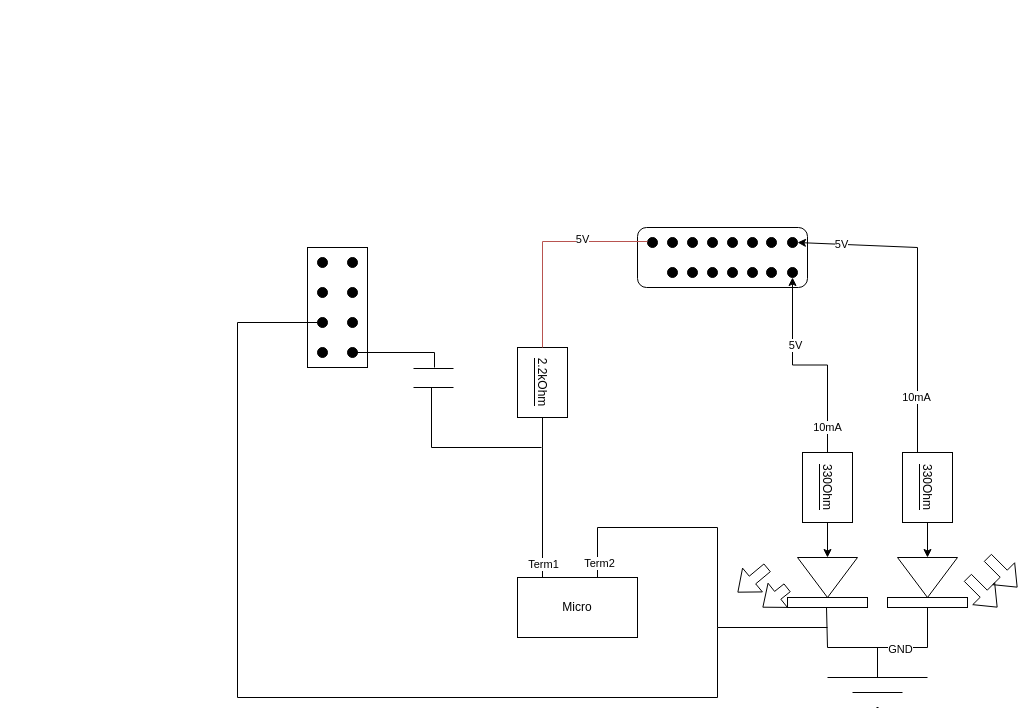
The draw.io diagram Diagramme sans nom.drawio in Augub57/Augub57, before the edit. Source tidied: cells renumbered, new cells numbered last; positions are measured from the earlier drawing's top-left corner, leaving out a move shared by most shapes. Both pictures are drawn from the tidied source at 100%, with x=0, y=0 at pixel (237, 227).
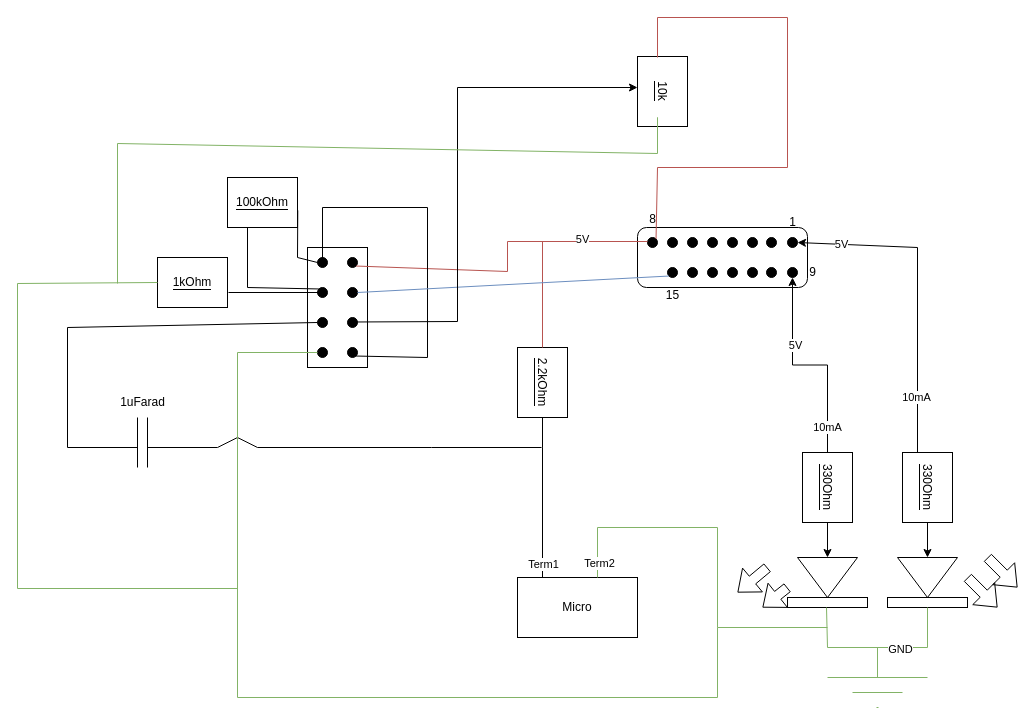
After the change.

The change refers to these unchanged cells:
```xml
<mxCell id="3" style="ellipse;whiteSpace=wrap;html=1;fillColor=#000000;strokeColor=#000000;" parent="1" vertex="1">
  <mxGeometry x="410" y="10" width="10" height="10" as="geometry" />
</mxCell>
<mxCell id="17" style="ellipse;whiteSpace=wrap;html=1;fillColor=#000000;strokeColor=#000000;" parent="1" vertex="1">
  <mxGeometry x="430" y="40" width="10" height="10" as="geometry" />
</mxCell>
<mxCell id="24" style="rounded=0;whiteSpace=wrap;html=1;labelBackgroundColor=#FFFFFF;" parent="1" vertex="1">
  <mxGeometry x="650" y="370" width="80" height="10" as="geometry" />
</mxCell>
<mxCell id="53" style="ellipse;whiteSpace=wrap;html=1;fillColor=#000000;strokeColor=#000000;" parent="1" vertex="1">
  <mxGeometry x="80" y="30" width="10" height="10" as="geometry" />
</mxCell>
<mxCell id="54" style="ellipse;whiteSpace=wrap;html=1;fillColor=#000000;strokeColor=#000000;" parent="1" vertex="1">
  <mxGeometry x="80" y="60" width="10" height="10" as="geometry" />
</mxCell>
<mxCell id="55" style="ellipse;whiteSpace=wrap;html=1;fillColor=#000000;strokeColor=#000000;" parent="1" vertex="1">
  <mxGeometry x="80" y="90" width="10" height="10" as="geometry" />
</mxCell>
<mxCell id="56" style="ellipse;whiteSpace=wrap;html=1;fillColor=#000000;strokeColor=#000000;" parent="1" vertex="1">
  <mxGeometry x="80" y="120" width="10" height="10" as="geometry" />
</mxCell>
<mxCell id="57" style="ellipse;whiteSpace=wrap;html=1;fillColor=#000000;strokeColor=#000000;" parent="1" vertex="1">
  <mxGeometry x="110" y="30" width="10" height="10" as="geometry" />
</mxCell>
<mxCell id="58" style="ellipse;whiteSpace=wrap;html=1;fillColor=#000000;strokeColor=#000000;" parent="1" vertex="1">
  <mxGeometry x="110" y="60" width="10" height="10" as="geometry" />
</mxCell>
<mxCell id="60" style="ellipse;whiteSpace=wrap;html=1;fillColor=#000000;strokeColor=#000000;" parent="1" vertex="1">
  <mxGeometry x="110" y="120" width="10" height="10" as="geometry" />
</mxCell>
```

Diff of the diagram source:
```diff
@@
-    <mxCell id="36" style="shape=mxgraph.arrows2.wedgeArrowDashed2;html=1;startWidth=50;stepSize=15;rounded=0;fontColor=#000000;startArrow=classic;startFill=1;" parent="1" edge="1">
+    <mxCell id="36" style="shape=mxgraph.arrows2.wedgeArrowDashed2;html=1;startWidth=50;stepSize=15;rounded=0;fontColor=#000000;startArrow=classic;startFill=1;fillColor=#d5e8d4;strokeColor=#82b366;" parent="1" edge="1">
       <mxGeometry relative="1" as="geometry">
         <mxPoint x="640" y="450" as="sourcePoint" />
         <mxPoint x="640" y="480" as="targetPoint" />
       </mxGeometry>
     </mxCell>
-    <mxCell id="37" style="endArrow=none;html=1;rounded=0;fontColor=#000000;exitX=0.5;exitY=1;exitDx=0;exitDy=0;" parent="1" edge="1" source="24">
+    <mxCell id="37" style="endArrow=none;html=1;rounded=0;fontColor=#000000;exitX=0.5;exitY=1;exitDx=0;exitDy=0;fillColor=#d5e8d4;strokeColor=#82b366;" parent="1" edge="1" source="24">
       <mxGeometry relative="1" as="geometry">
         <mxPoint x="589" y="380" as="targetPoint" />
         <Array as="points">
           <mxPoint x="690" y="420" />
           <mxPoint x="590" y="420" />
         </Array>
       </mxGeometry>
     </mxCell>
@@
-    <mxCell id="39" style="endArrow=none;html=1;rounded=0;fontColor=#000000;" parent="1" edge="1">
+    <mxCell id="39" style="endArrow=none;html=1;rounded=0;fontColor=#000000;fillColor=#d5e8d4;strokeColor=#82b366;" parent="1" edge="1">
       <mxGeometry relative="1" as="geometry">
         <mxPoint x="640" y="450" as="sourcePoint" />
         <mxPoint x="640" y="420" as="targetPoint" />
       </mxGeometry>
     </mxCell>
@@
-    <mxCell id="41" style="endArrow=none;html=1;rounded=0;fontColor=#000000;" parent="1" edge="1">
+    <mxCell id="41" style="endArrow=none;html=1;rounded=0;fontColor=#000000;fillColor=#d5e8d4;strokeColor=#82b366;" parent="1" edge="1">
       <mxGeometry relative="1" as="geometry">
         <mxPoint x="360" y="350" as="sourcePoint" />
         <mxPoint x="590" y="400" as="targetPoint" />
         <Array as="points">
           <mxPoint x="360" y="300" />
           <mxPoint x="480" y="300" />
           <mxPoint x="480" y="400" />
         </Array>
       </mxGeometry>
     </mxCell>
@@
     <mxCell id="46" style="endArrow=none;html=1;rounded=0;fontColor=#000000;" parent="1" edge="1">
       <mxGeometry relative="1" as="geometry">
         <mxPoint x="194" y="220" as="sourcePoint" />
-        <mxPoint x="194" y="160" as="targetPoint" />
+        <mxPoint x="-90" y="220" as="targetPoint" />
+        <Array as="points">
+          <mxPoint x="20" y="220" />
+          <mxPoint y="210" />
+          <mxPoint x="-20" y="220" />
+        </Array>
       </mxGeometry>
     </mxCell>
-    <mxCell id="47" style="endArrow=none;html=1;rounded=0;fontColor=#000000;" parent="1" edge="1">
-      <mxGeometry relative="1" as="geometry">
-        <mxPoint x="176" y="160" as="sourcePoint" />
-        <mxPoint x="216" y="160" as="targetPoint" />
-      </mxGeometry>
-    </mxCell>
-    <mxCell id="48" style="endArrow=none;html=1;rounded=0;fontColor=#000000;" parent="1" edge="1">
-      <mxGeometry relative="1" as="geometry">
-        <mxPoint x="176" y="141" as="sourcePoint" />
-        <mxPoint x="216" y="141" as="targetPoint" />
-      </mxGeometry>
-    </mxCell>
@@
-    <mxCell id="61" style="endArrow=none;html=1;rounded=0;fontColor=#000000;" parent="1" edge="1">
-      <mxGeometry relative="1" as="geometry">
-        <mxPoint x="197" y="140" as="sourcePoint" />
-        <mxPoint x="115" y="125" as="targetPoint" />
-        <Array as="points">
-          <mxPoint x="197" y="125" />
-        </Array>
-      </mxGeometry>
-    </mxCell>
-    <mxCell id="62" style="endArrow=none;html=1;rounded=0;fontColor=#000000;entryX=0;entryY=0.5;entryDx=0;entryDy=0;" parent="1" edge="1" target="55">
+    <mxCell id="62" style="endArrow=none;html=1;rounded=0;fontColor=#000000;entryX=0;entryY=0.5;entryDx=0;entryDy=0;fillColor=#d5e8d4;strokeColor=#82b366;" parent="1" edge="1" target="56">
       <mxGeometry relative="1" as="geometry">
         <mxPoint x="480" y="400" as="sourcePoint" />
         <Array as="points">
           <mxPoint x="480" y="470" />
           <mxPoint y="470" />
-          <mxPoint y="95" />
+          <mxPoint y="125" />
         </Array>
       </mxGeometry>
     </mxCell>
+    <mxCell id="63" style="endArrow=none;html=1;rounded=0;exitX=1;exitY=1;exitDx=0;exitDy=0;fillColor=#f8cecc;strokeColor=#b85450;" parent="1" edge="1" source="57">
+      <mxGeometry relative="1" as="geometry">
+        <mxPoint x="310" y="14" as="targetPoint" />
+        <Array as="points">
+          <mxPoint x="270" y="44" />
+          <mxPoint x="270" y="14" />
+        </Array>
+      </mxGeometry>
+    </mxCell>
+    <mxCell id="64" style="endArrow=none;html=1;rounded=0;" parent="1" edge="1">
+      <mxGeometry relative="1" as="geometry">
+        <mxPoint x="-90" y="240" as="sourcePoint" />
+        <mxPoint x="-90" y="190" as="targetPoint" />
+      </mxGeometry>
+    </mxCell>
+    <mxCell id="65" style="endArrow=none;html=1;rounded=0;" parent="1" edge="1">
+      <mxGeometry relative="1" as="geometry">
+        <mxPoint x="-100" y="240" as="sourcePoint" />
+        <mxPoint x="-100" y="190" as="targetPoint" />
+      </mxGeometry>
+    </mxCell>
+    <mxCell id="66" value="1uFarad" style="text;html=1;align=center;verticalAlign=middle;strokeColor=none;fillColor=none;" parent="1" vertex="1">
+      <mxGeometry x="-130" y="160" width="70" height="30" as="geometry" />
+    </mxCell>
+    <mxCell id="67" style="endArrow=none;html=1;rounded=0;exitX=0;exitY=0.5;exitDx=0;exitDy=0;" parent="1" edge="1" source="55">
+      <mxGeometry relative="1" as="geometry">
+        <mxPoint x="-100" y="220" as="targetPoint" />
+        <Array as="points">
+          <mxPoint x="-170" y="100" />
+          <mxPoint x="-170" y="220" />
+        </Array>
+      </mxGeometry>
+    </mxCell>
+    <mxCell id="68" style="endArrow=none;html=1;rounded=0;" parent="1" edge="1">
+      <mxGeometry relative="1" as="geometry">
+        <mxPoint x="-9" y="65" as="sourcePoint" />
+        <mxPoint x="81" y="65" as="targetPoint" />
+      </mxGeometry>
+    </mxCell>
+    <mxCell id="69" value="&lt;span style=&quot;background-color: rgb(255, 255, 255);&quot;&gt;1kOhm&lt;/span&gt;" style="rounded=0;whiteSpace=wrap;html=1;labelBackgroundColor=#000000;rotation=0;" parent="1" vertex="1">
+      <mxGeometry x="-80" y="30" width="70" height="50" as="geometry" />
+    </mxCell>
+    <mxCell id="70" style="endArrow=none;html=1;rounded=0;entryX=0;entryY=0.5;entryDx=0;entryDy=0;fillColor=#d5e8d4;strokeColor=#82b366;" parent="1" edge="1" target="69">
+      <mxGeometry relative="1" as="geometry">
+        <mxPoint y="361" as="sourcePoint" />
+        <Array as="points">
+          <mxPoint x="-220" y="361" />
+          <mxPoint x="-220" y="56" />
+        </Array>
+      </mxGeometry>
+    </mxCell>
+    <mxCell id="71" style="endArrow=none;html=1;rounded=0;entryX=0;entryY=0.5;entryDx=0;entryDy=0;exitX=1.004;exitY=0.657;exitDx=0;exitDy=0;exitPerimeter=0;" parent="1" edge="1" source="72" target="53">
+      <mxGeometry relative="1" as="geometry">
+        <Array as="points">
+          <mxPoint x="60" y="30" />
+        </Array>
+      </mxGeometry>
+    </mxCell>
+    <mxCell id="72" value="&lt;span style=&quot;background-color: rgb(255, 255, 255);&quot;&gt;100kOhm&lt;/span&gt;" style="rounded=0;whiteSpace=wrap;html=1;labelBackgroundColor=#000000;rotation=0;" parent="1" vertex="1">
+      <mxGeometry x="-10" y="-50" width="70" height="50" as="geometry" />
+    </mxCell>
+    <mxCell id="73" style="endArrow=none;html=1;rounded=0;exitX=0;exitY=0;exitDx=0;exitDy=0;" parent="1" edge="1" source="54">
+      <mxGeometry relative="1" as="geometry">
+        <mxPoint x="10" as="targetPoint" />
+        <Array as="points">
+          <mxPoint x="10" y="60" />
+        </Array>
+      </mxGeometry>
+    </mxCell>
+    <mxCell id="74" style="endArrow=none;html=1;rounded=0;entryX=1;entryY=1;entryDx=0;entryDy=0;" parent="1" edge="1" target="60">
+      <mxGeometry relative="1" as="geometry">
+        <mxPoint x="85" y="31" as="sourcePoint" />
+        <Array as="points">
+          <mxPoint x="85" y="-20" />
+          <mxPoint x="190" y="-20" />
+          <mxPoint x="190" y="130" />
+        </Array>
+      </mxGeometry>
+    </mxCell>
+    <mxCell id="75" style="endArrow=none;html=1;rounded=0;exitX=1;exitY=0.5;exitDx=0;exitDy=0;fillColor=#dae8fc;strokeColor=#6c8ebf;entryX=0;entryY=1;entryDx=0;entryDy=0;" parent="1" edge="1" source="58" target="17">
+      <mxGeometry relative="1" as="geometry" />
+    </mxCell>
+    <mxCell id="76" value="1" style="text;html=1;align=center;verticalAlign=middle;strokeColor=none;fillColor=none;" parent="1" vertex="1">
+      <mxGeometry x="540" y="-20" width="30" height="30" as="geometry" />
+    </mxCell>
+    <mxCell id="77" value="9" style="text;html=1;align=center;verticalAlign=middle;strokeColor=none;fillColor=none;" parent="1" vertex="1">
+      <mxGeometry x="560" y="30" width="30" height="30" as="geometry" />
+    </mxCell>
+    <mxCell id="78" value="15" style="text;html=1;align=center;verticalAlign=middle;strokeColor=none;fillColor=none;" parent="1" vertex="1">
+      <mxGeometry x="415" y="53" width="40" height="30" as="geometry" />
+    </mxCell>
+    <mxCell id="79" value="8" style="text;html=1;align=center;verticalAlign=middle;strokeColor=none;fillColor=none;" parent="1" vertex="1">
+      <mxGeometry x="400" y="-23" width="30" height="30" as="geometry" />
+    </mxCell>
+    <mxCell id="80" style="endArrow=classic;html=1;rounded=0;exitX=0;exitY=0;exitDx=0;exitDy=0;endFill=1;" parent="1" edge="1">
+      <mxGeometry relative="1" as="geometry">
+        <mxPoint x="114.5" y="94.5" as="sourcePoint" />
+        <mxPoint x="400" y="-140" as="targetPoint" />
+        <Array as="points">
+          <mxPoint x="220" y="94" />
+          <mxPoint x="220" y="-140" />
+        </Array>
+      </mxGeometry>
+    </mxCell>
+    <mxCell id="81" value="&lt;span style=&quot;background-color: rgb(255, 255, 255);&quot;&gt;10k&lt;/span&gt;" style="rounded=0;whiteSpace=wrap;html=1;labelBackgroundColor=#000000;rotation=90;" parent="1" vertex="1">
+      <mxGeometry x="390" y="-161" width="70" height="50" as="geometry" />
+    </mxCell>
+    <mxCell id="82" style="endArrow=none;html=1;rounded=0;entryX=1;entryY=0;entryDx=0;entryDy=0;fillColor=#f8cecc;strokeColor=#b85450;" parent="1" edge="1" target="3">
+      <mxGeometry relative="1" as="geometry">
+        <mxPoint x="420" y="-170" as="sourcePoint" />
+        <Array as="points">
+          <mxPoint x="420" y="-210" />
+          <mxPoint x="550" y="-210" />
+          <mxPoint x="550" y="-60" />
+          <mxPoint x="420" y="-60" />
+        </Array>
+      </mxGeometry>
+    </mxCell>
+    <mxCell id="83" style="endArrow=none;html=1;rounded=0;fillColor=#d5e8d4;strokeColor=#82b366;" parent="1" edge="1">
+      <mxGeometry relative="1" as="geometry">
+        <mxPoint x="420" y="-84" as="sourcePoint" />
+        <mxPoint x="-120" y="56" as="targetPoint" />
+        <Array as="points">
+          <mxPoint x="420" y="-110" />
+          <mxPoint x="420" y="-74" />
+          <mxPoint x="-120" y="-84" />
+        </Array>
+      </mxGeometry>
+    </mxCell>
```
